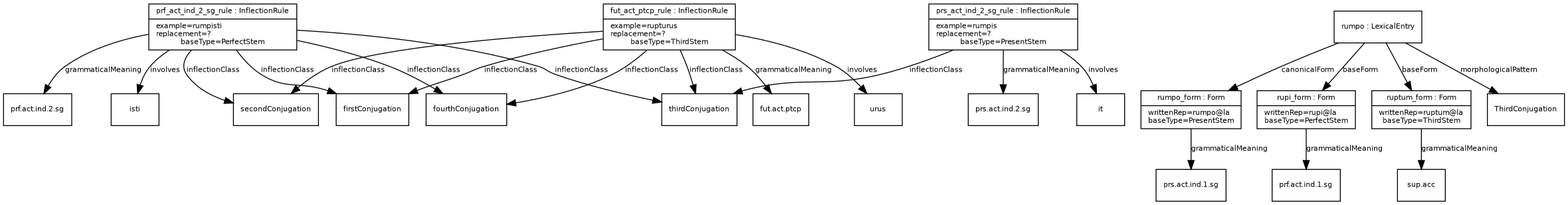
The Graphviz diagram examples/example_15.png in ontolex/morph, before a commit. Its source is kept beside it as examples/example_15.dot.
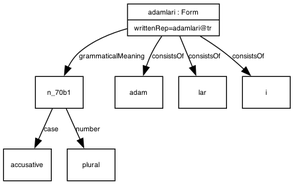
After the change.

What changed in the source:
```diff
@@ -13,47 +13,17 @@
       fontsize = 8
     ]
 
-firstConjugation [ label="{firstConjugation}" ]
-prf_act_ind_2_sg_rule -> firstConjugation [ label="inflectionClass" ]
-secondConjugation [ label="{secondConjugation}" ]
-prf_act_ind_2_sg_rule -> secondConjugation [ label="inflectionClass" ]
-thirdConjugation [ label="{thirdConjugation}" ]
-prf_act_ind_2_sg_rule -> thirdConjugation [ label="inflectionClass" ]
-fourthConjugation [ label="{fourthConjugation}" ]
-prf_act_ind_2_sg_rule -> fourthConjugation [ label="inflectionClass" ]
-prfactind2sg [ label="{prf.act.ind.2.sg}" ]
-prf_act_ind_2_sg_rule -> prfactind2sg [ label="grammaticalMeaning" ]
-isti [ label="{isti}" ]
-prf_act_ind_2_sg_rule -> isti [ label="involves" ]
-prf_act_ind_2_sg_rule [ label="{prf_act_ind_2_sg_rule : InflectionRule|example=rumpisti\lreplacement=?\lbaseType=PerfectStem}" ]
-fut_act_ptcp_rule -> firstConjugation [ label="inflectionClass" ]
-fut_act_ptcp_rule -> secondConjugation [ label="inflectionClass" ]
-fut_act_ptcp_rule -> thirdConjugation [ label="inflectionClass" ]
-fut_act_ptcp_rule -> fourthConjugation [ label="inflectionClass" ]
-futactptcp [ label="{fut.act.ptcp}" ]
-fut_act_ptcp_rule -> futactptcp [ label="grammaticalMeaning" ]
-urus [ label="{urus}" ]
-fut_act_ptcp_rule -> urus [ label="involves" ]
-fut_act_ptcp_rule [ label="{fut_act_ptcp_rule : InflectionRule|example=rupturus\lreplacement=?\lbaseType=ThirdStem}" ]
-prsactind1sg [ label="{prs.act.ind.1.sg}" ]
-rumpo_form -> prsactind1sg [ label="grammaticalMeaning" ]
-rumpo_form [ label="{rumpo_form : Form|writtenRep=rumpo@la\lbaseType=PresentStem}" ]
-rumpo -> rumpo_form [ label="canonicalForm" ]
-prfactind1sg [ label="{prf.act.ind.1.sg}" ]
-rupi_form -> prfactind1sg [ label="grammaticalMeaning" ]
-rupi_form [ label="{rupi_form : Form|writtenRep=rupi@la\lbaseType=PerfectStem}" ]
-rumpo -> rupi_form [ label="baseForm" ]
-supacc [ label="{sup.acc}" ]
-ruptum_form -> supacc [ label="grammaticalMeaning" ]
-ruptum_form [ label="{ruptum_form : Form|writtenRep=ruptum@la\lbaseType=ThirdStem}" ]
-rumpo -> ruptum_form [ label="baseForm" ]
-ThirdConjugation [ label="{ThirdConjugation}" ]
-rumpo -> ThirdConjugation [ label="morphologicalPattern" ]
-rumpo [ label="{rumpo : LexicalEntry}" ]
-prs_act_ind_2_sg_rule -> thirdConjugation [ label="inflectionClass" ]
-prsactind2sg [ label="{prs.act.ind.2.sg}" ]
-prs_act_ind_2_sg_rule -> prsactind2sg [ label="grammaticalMeaning" ]
-it [ label="{it}" ]
-prs_act_ind_2_sg_rule -> it [ label="involves" ]
-prs_act_ind_2_sg_rule [ label="{prs_act_ind_2_sg_rule : InflectionRule|example=rumpis\lreplacement=?\lbaseType=PresentStem}" ]
+accusative [ label="{accusative}" ]
+n_70b1 -> accusative [ label="case" ]
+plural [ label="{plural}" ]
+n_70b1 -> plural [ label="number" ]
+n_70b1 [ label="{n_70b1}" ]
+adamlari -> n_70b1 [ label="grammaticalMeaning" ]
+adam [ label="{adam}" ]
+adamlari -> adam [ label="consistsOf" ]
+lar [ label="{lar}" ]
+adamlari -> lar [ label="consistsOf" ]
+i [ label="{i}" ]
+adamlari -> i [ label="consistsOf" ]
+adamlari [ label="{adamlari : Form|writtenRep=adamlari@tr}" ]
 }
```
